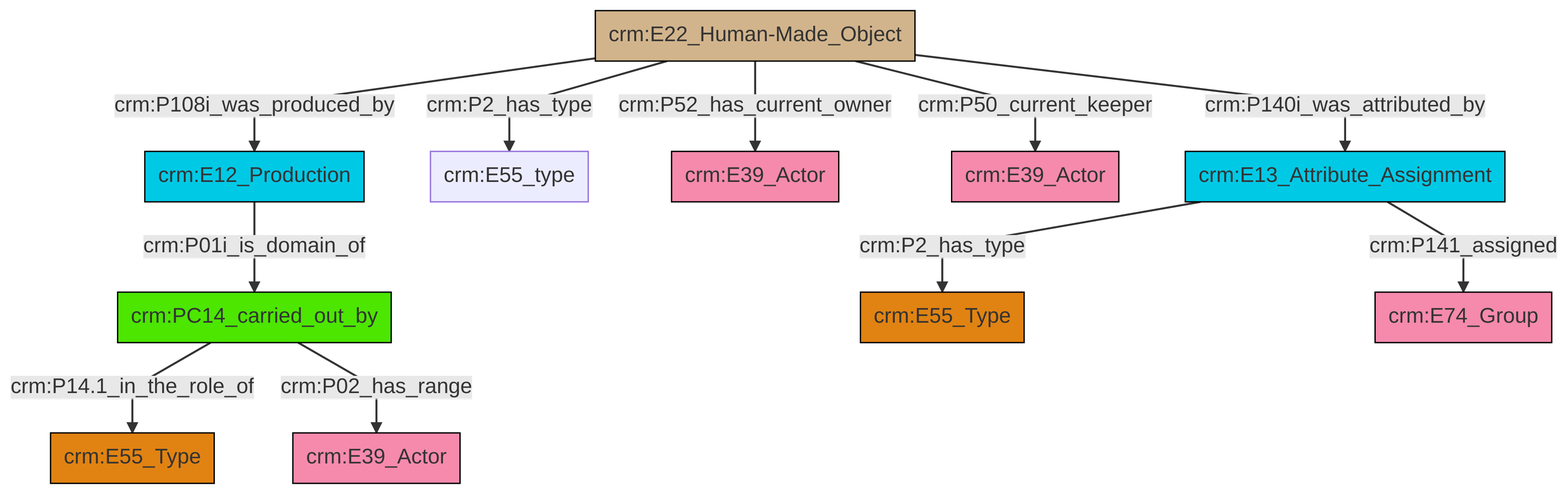
Earlier version of the Mermaid export et/artworkCSV/ttl/mmd/png/Artwork_Actor_Relations.png (swiss-art-research-net/reference-data-models). Its source is kept beside it as et/artworkCSV/ttl/mmd/Artwork_Actor_Relations.ttl.mmd.
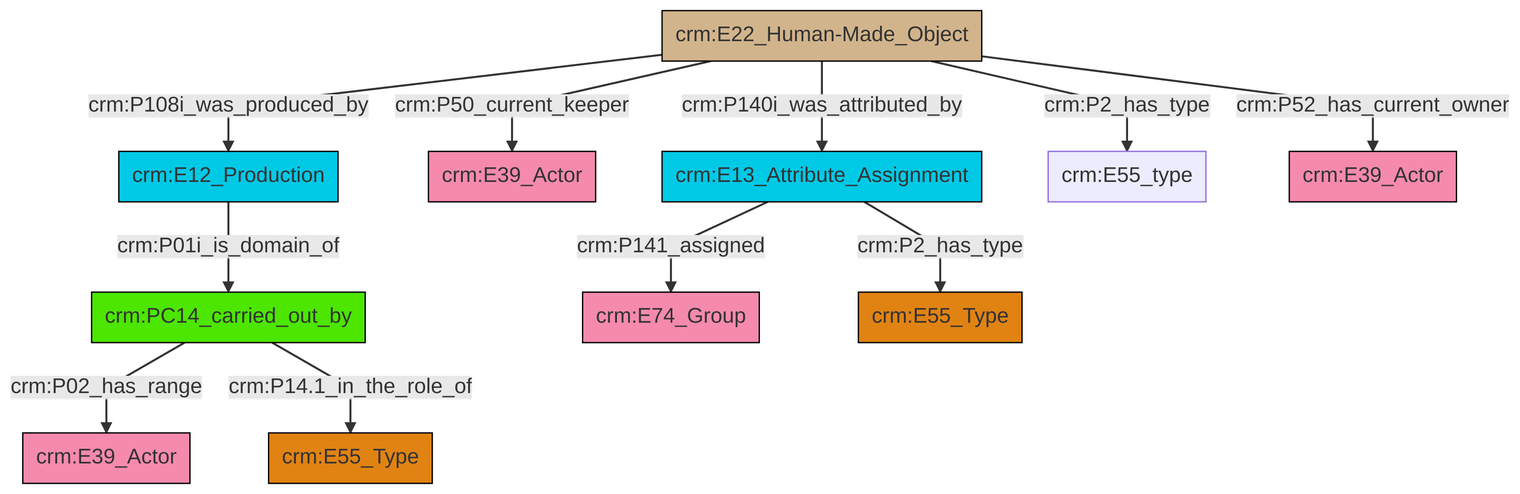
The same file after the commit.

Change to the diagram source:
```diff
@@ -13,13 +13,13 @@
 classDef PC_Classes fill:#4ce600, stroke:#000000;
 classDef Multi fill:#cccccc,stroke:#000000;
 
-2["crm:E22_Human-Made_Object"]:::Physical_Thing -->|crm:P108i_was_produced_by| 3["crm:E12_Production"]:::Temporal_Entity
-5["crm:E13_Attribute_Assignment"]:::Temporal_Entity -->|crm:P2_has_type| 6["crm:E55_Type"]:::Type
-3["crm:E12_Production"]:::Temporal_Entity -->|crm:P01i_is_domain_of| 7["crm:PC14_carried_out_by"]:::PC_Classes
-2["crm:E22_Human-Made_Object"]:::Physical_Thing -->|crm:P2_has_type| 9["crm:E55_type"]:::Default
-7["crm:PC14_carried_out_by"]:::PC_Classes -->|crm:P14.1_in_the_role_of| 10["crm:E55_Type"]:::Type
-2["crm:E22_Human-Made_Object"]:::Physical_Thing -->|crm:P52_has_current_owner| 0["crm:E39_Actor"]:::Actor
-2["crm:E22_Human-Made_Object"]:::Physical_Thing -->|crm:P50_current_keeper| 13["crm:E39_Actor"]:::Actor
-5["crm:E13_Attribute_Assignment"]:::Temporal_Entity -->|crm:P141_assigned| 15["crm:E74_Group"]:::Actor
-7["crm:PC14_carried_out_by"]:::PC_Classes -->|crm:P02_has_range| 21["crm:E39_Actor"]:::Actor
-2["crm:E22_Human-Made_Object"]:::Physical_Thing -->|crm:P140i_was_attributed_by| 5["crm:E13_Attribute_Assignment"]:::Temporal_Entity
+0["crm:E13_Attribute_Assignment"]:::Temporal_Entity -->|crm:P141_assigned| 1["crm:E74_Group"]:::Actor
+6["crm:PC14_carried_out_by"]:::PC_Classes -->|crm:P02_has_range| 2["crm:E39_Actor"]:::Actor
+4["crm:E22_Human-Made_Object"]:::Physical_Thing -->|crm:P108i_was_produced_by| 7["crm:E12_Production"]:::Temporal_Entity
+0["crm:E13_Attribute_Assignment"]:::Temporal_Entity -->|crm:P2_has_type| 10["crm:E55_Type"]:::Type
+4["crm:E22_Human-Made_Object"]:::Physical_Thing -->|crm:P50_current_keeper| 11["crm:E39_Actor"]:::Actor
+4["crm:E22_Human-Made_Object"]:::Physical_Thing -->|crm:P140i_was_attributed_by| 0["crm:E13_Attribute_Assignment"]:::Temporal_Entity
+4["crm:E22_Human-Made_Object"]:::Physical_Thing -->|crm:P2_has_type| 15["crm:E55_type"]:::Default
+4["crm:E22_Human-Made_Object"]:::Physical_Thing -->|crm:P52_has_current_owner| 18["crm:E39_Actor"]:::Actor
+7["crm:E12_Production"]:::Temporal_Entity -->|crm:P01i_is_domain_of| 6["crm:PC14_carried_out_by"]:::PC_Classes
+6["crm:PC14_carried_out_by"]:::PC_Classes -->|crm:P14.1_in_the_role_of| 8["crm:E55_Type"]:::Type
```
